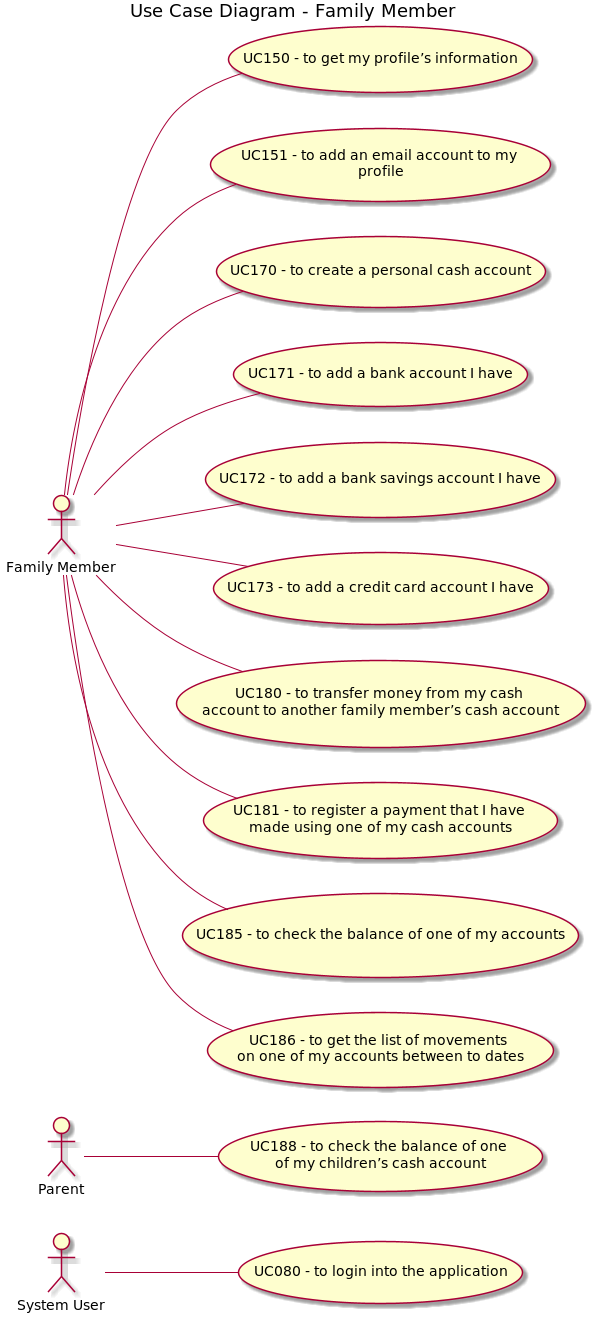
Before: diagrams/UseCaseDiagramFM.png, a diagram exported from PlantUML (dev-rbatista/SWitCH-Project-Wiki).
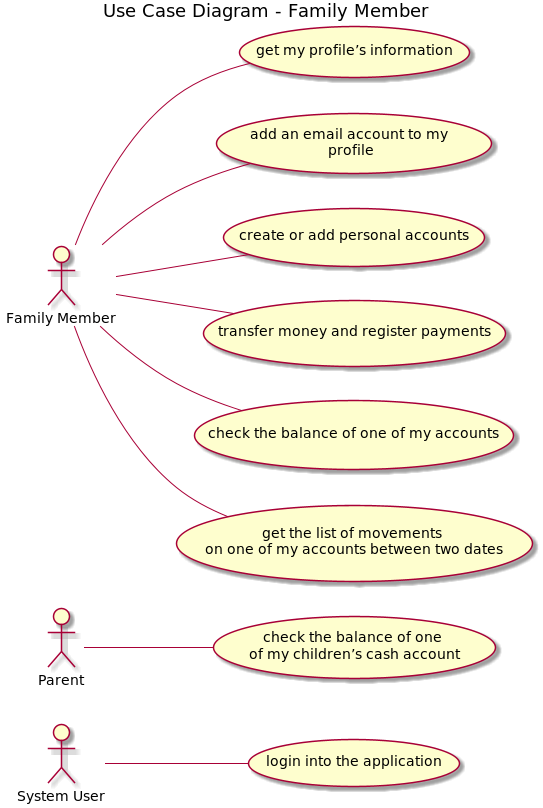
After the commit.

Change to the diagram source:
```diff
@@ -8,28 +8,20 @@
 actor "Parent" as parent
 actor "Family Member" as fm
 
-usecase "UC080 - to login into the application" as uc080
-usecase "UC150 - to get my profile’s information" as uc150
-usecase "UC151 - to add an email account to my \nprofile" as uc151
-usecase "UC170 - to create a personal cash account" as uc170
-usecase "UC171 - to add a bank account I have" as uc171
-usecase "UC172 - to add a bank savings account I have" as uc172
-usecase "UC173 - to add a credit card account I have" as uc173
-usecase "UC180 - to transfer money from my cash \naccount to another family member’s cash account" as uc180
-usecase "UC181 - to register a payment that I have \nmade using one of my cash accounts" as uc181
-usecase "UC185 - to check the balance of one of my accounts" as uc185
-usecase "UC186 - to get the list of movements \non one of my accounts between to dates" as uc186
-usecase "UC188 - to check the balance of one \nof my children’s cash account" as uc188
+usecase "login into the application" as uc080
+usecase "get my profile’s information" as uc150
+usecase "add an email account to my \nprofile" as uc151
+usecase "create or add personal accounts" as uc170
+usecase "transfer money and register payments" as uc180
+usecase "check the balance of one of my accounts" as uc185
+usecase "get the list of movements \non one of my accounts between two dates" as uc186
+usecase "check the balance of one \nof my children’s cash account" as uc188
 
 su -- uc080
 fm -- uc150
 fm -- uc151
 fm -- uc170
-fm -- uc171
-fm -- uc172
-fm -- uc173
 fm -- uc180
-fm -- uc181
 fm -- uc185
 fm -- uc186
 parent -- uc188
```
